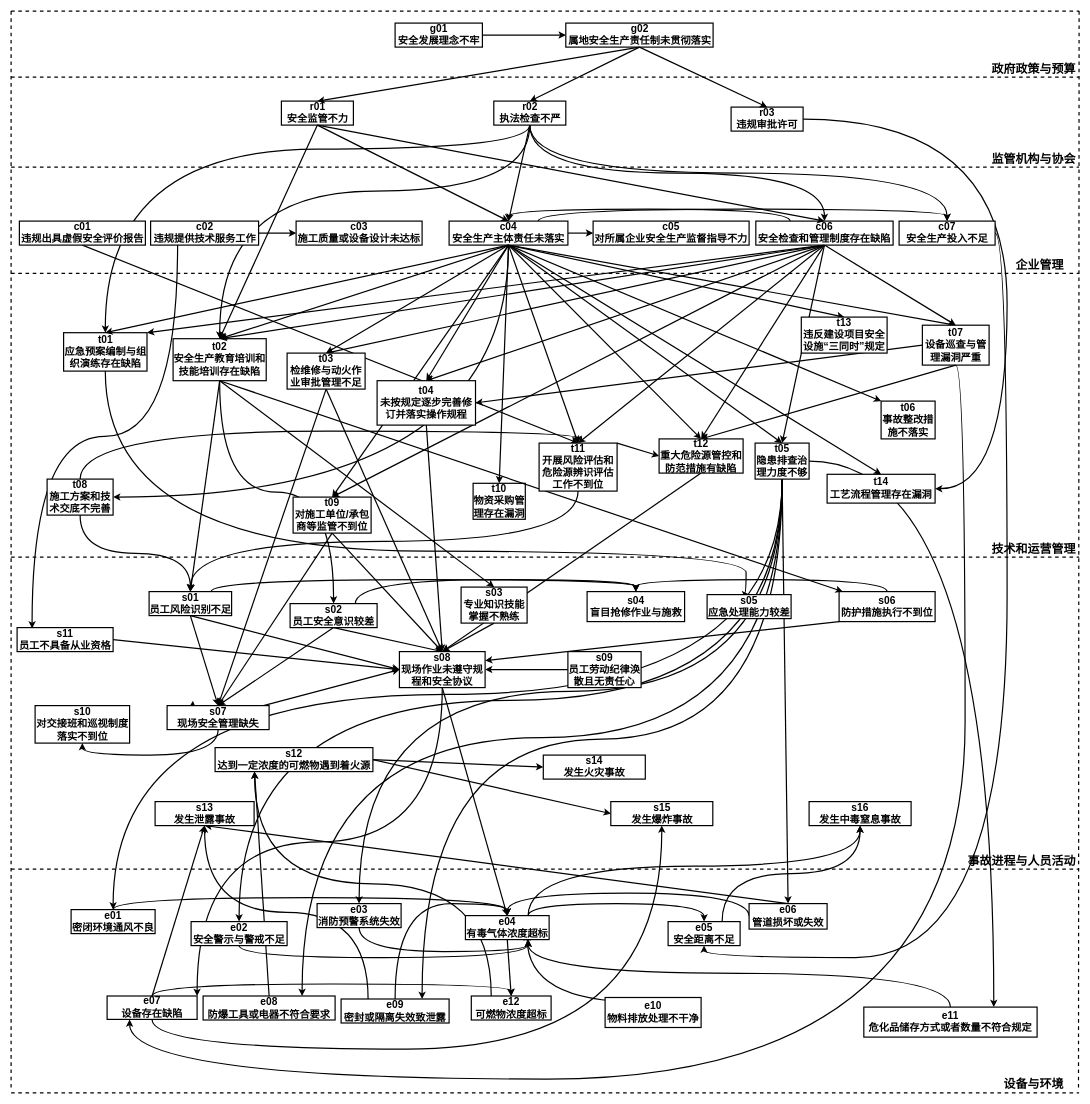
Above: 剔除次数少于5.drawio in fangjiarong/docs (draw.io), before the change. Source tidied: cells renumbered, new cells numbered last; positions are measured from the earlier drawing's top-left corner, leaving out a move shared by most shapes. Both pictures are drawn from the tidied source at 60%, with x=0, y=0 at pixel (11, 11).
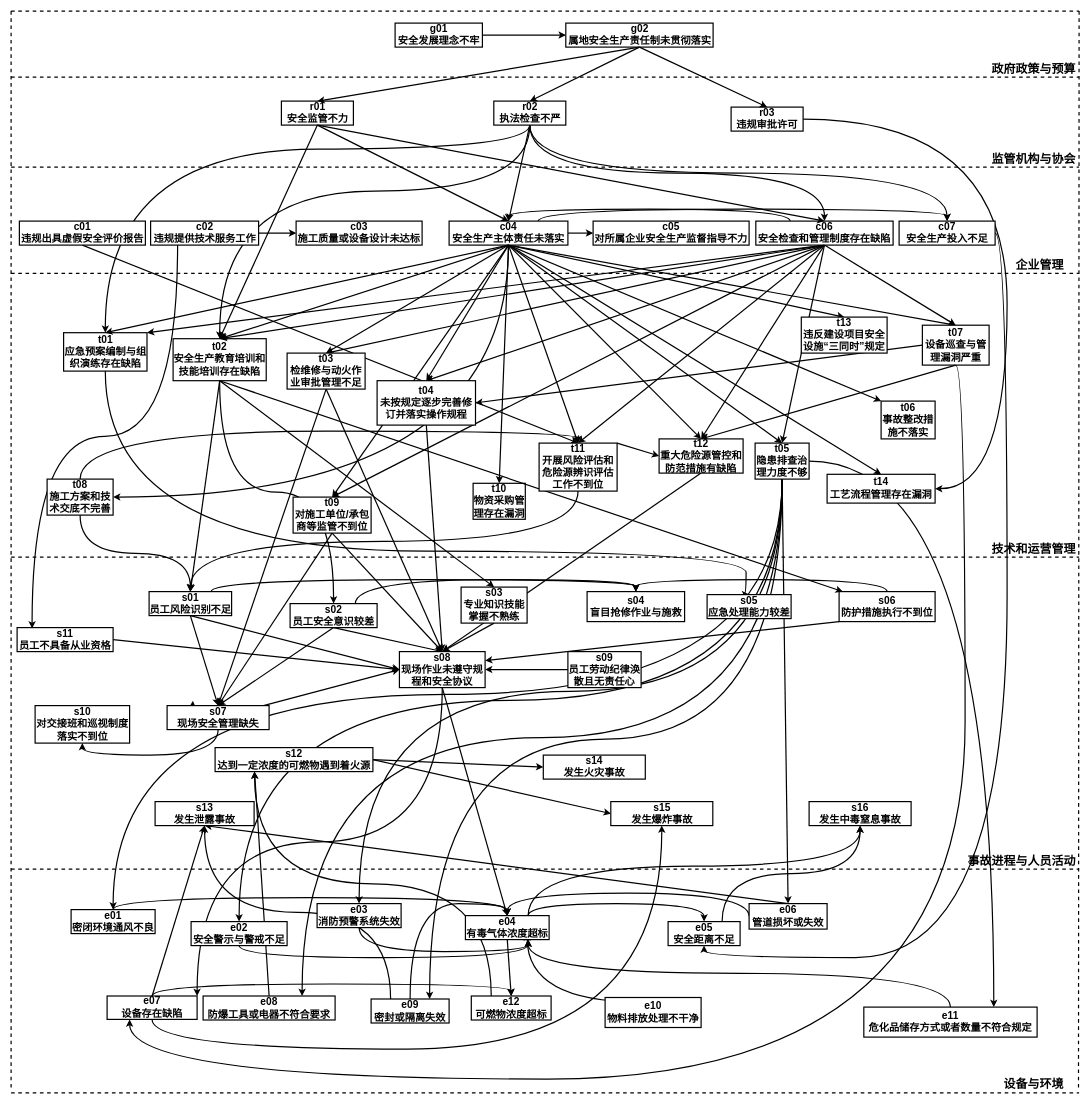
The same page after the edit.

Commit message (it also covers changes not shown here):
更新剔除次数少于5.drawio

Diff of the diagram source:
```diff
@@
-    <mxCell id="156" value="e09&lt;br style=&quot;font-size: 17px;&quot;&gt;密封或隔离失效致泄露" style="rounded=0;whiteSpace=wrap;html=1;strokeWidth=2;align=center;verticalAlign=middle;labelBorderColor=none;fontStyle=1;fontSize=17;" parent="1" vertex="1">
-      <mxGeometry x="550" y="1646.5" width="180" height="40" as="geometry" />
+    <mxCell id="156" value="e09&lt;br style=&quot;font-size: 17px;&quot;&gt;密封或隔离失效" style="rounded=0;whiteSpace=wrap;html=1;strokeWidth=2;align=center;verticalAlign=middle;labelBorderColor=none;fontStyle=1;fontSize=17;" parent="1" vertex="1">
+      <mxGeometry x="600" y="1646.5" width="130" height="40" as="geometry" />
     </mxCell>
```
